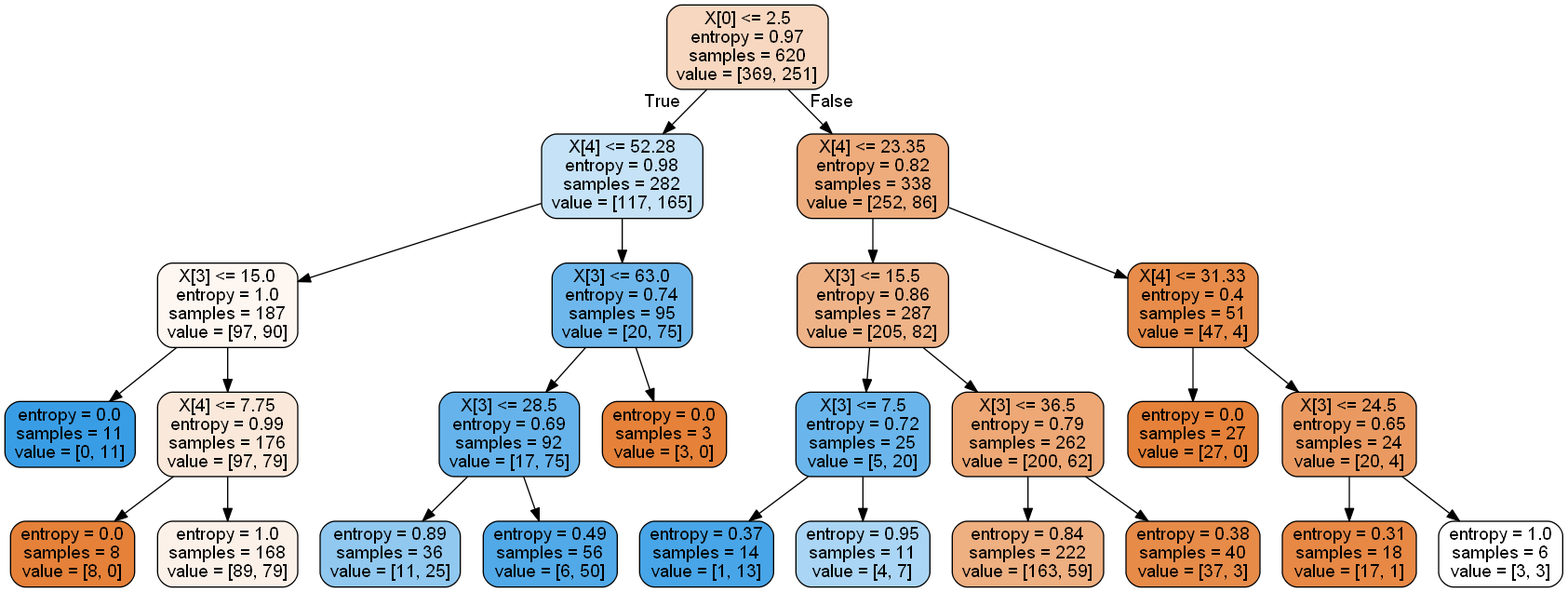
Above: dz3/titanic/titanic_tree.png in AReginaR/DATA-ANALYSYS_2 (Graphviz), before the change. Its source is kept beside it as dz3/titanic/titanic_tree.dot. The source it was exported from:
```dot
digraph Tree {
node [shape=box, style="filled, rounded", color="black", fontname=helvetica] ;
edge [fontname=helvetica] ;
0 [label="X[0] <= 2.5\nentropy = 0.97\nsamples = 620\nvalue = [369, 251]", fillcolor="#f7d7c0"] ;
1 [label="X[4] <= 52.28\nentropy = 0.98\nsamples = 282\nvalue = [117, 165]", fillcolor="#c5e2f7"] ;
0 -> 1 [labeldistance=2.5, labelangle=45, headlabel="True"] ;
2 [label="X[3] <= 15.0\nentropy = 1.0\nsamples = 187\nvalue = [97, 90]", fillcolor="#fdf6f1"] ;
1 -> 2 ;
3 [label="entropy = 0.0\nsamples = 11\nvalue = [0, 11]", fillcolor="#399de5"] ;
2 -> 3 ;
4 [label="X[4] <= 7.75\nentropy = 0.99\nsamples = 176\nvalue = [97, 79]", fillcolor="#fae8da"] ;
2 -> 4 ;
5 [label="entropy = 0.0\nsamples = 8\nvalue = [8, 0]", fillcolor="#e58139"] ;
4 -> 5 ;
6 [label="entropy = 1.0\nsamples = 168\nvalue = [89, 79]", fillcolor="#fcf1e9"] ;
4 -> 6 ;
7 [label="X[3] <= 63.0\nentropy = 0.74\nsamples = 95\nvalue = [20, 75]", fillcolor="#6eb7ec"] ;
1 -> 7 ;
8 [label="X[3] <= 28.5\nentropy = 0.69\nsamples = 92\nvalue = [17, 75]", fillcolor="#66b3eb"] ;
7 -> 8 ;
9 [label="entropy = 0.89\nsamples = 36\nvalue = [11, 25]", fillcolor="#90c8f0"] ;
8 -> 9 ;
10 [label="entropy = 0.49\nsamples = 56\nvalue = [6, 50]", fillcolor="#51a9e8"] ;
8 -> 10 ;
11 [label="entropy = 0.0\nsamples = 3\nvalue = [3, 0]", fillcolor="#e58139"] ;
7 -> 11 ;
12 [label="X[4] <= 23.35\nentropy = 0.82\nsamples = 338\nvalue = [252, 86]", fillcolor="#eeac7d"] ;
0 -> 12 [labeldistance=2.5, labelangle=-45, headlabel="False"] ;
13 [label="X[3] <= 15.5\nentropy = 0.86\nsamples = 287\nvalue = [205, 82]", fillcolor="#efb388"] ;
12 -> 13 ;
14 [label="X[3] <= 7.5\nentropy = 0.72\nsamples = 25\nvalue = [5, 20]", fillcolor="#6ab6ec"] ;
13 -> 14 ;
15 [label="entropy = 0.37\nsamples = 14\nvalue = [1, 13]", fillcolor="#48a5e7"] ;
14 -> 15 ;
16 [label="entropy = 0.95\nsamples = 11\nvalue = [4, 7]", fillcolor="#aad5f4"] ;
14 -> 16 ;
17 [label="X[3] <= 36.5\nentropy = 0.79\nsamples = 262\nvalue = [200, 62]", fillcolor="#eda876"] ;
13 -> 17 ;
18 [label="entropy = 0.84\nsamples = 222\nvalue = [163, 59]", fillcolor="#eeaf81"] ;
17 -> 18 ;
19 [label="entropy = 0.38\nsamples = 40\nvalue = [37, 3]", fillcolor="#e78b49"] ;
17 -> 19 ;
20 [label="X[4] <= 31.33\nentropy = 0.4\nsamples = 51\nvalue = [47, 4]", fillcolor="#e78c4a"] ;
12 -> 20 ;
21 [label="entropy = 0.0\nsamples = 27\nvalue = [27, 0]", fillcolor="#e58139"] ;
20 -> 21 ;
22 [label="X[3] <= 24.5\nentropy = 0.65\nsamples = 24\nvalue = [20, 4]", fillcolor="#ea9a61"] ;
20 -> 22 ;
23 [label="entropy = 0.31\nsamples = 18\nvalue = [17, 1]", fillcolor="#e78845"] ;
22 -> 23 ;
24 [label="entropy = 1.0\nsamples = 6\nvalue = [3, 3]", fillcolor="#ffffff"] ;
22 -> 24 ;
}
```
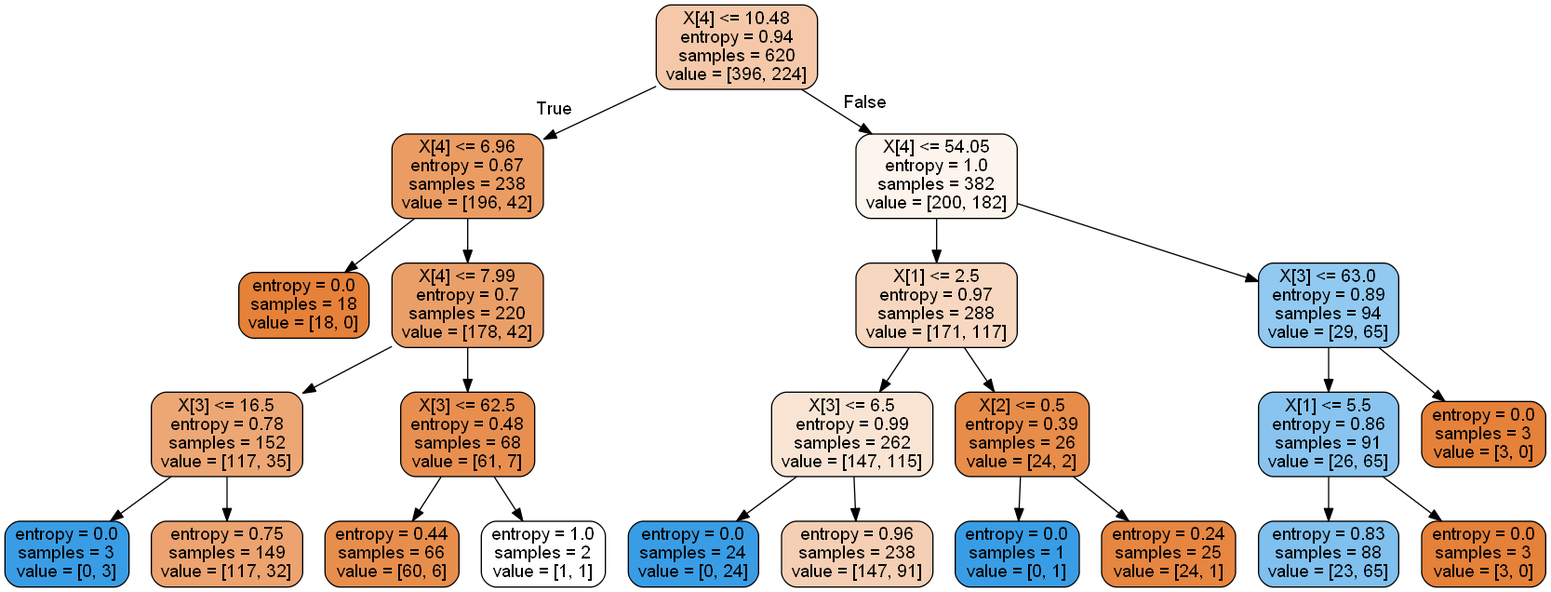
The same file after the commit.

The edit, as a diff of the source:
```diff
@@ -1,53 +1,49 @@
 digraph Tree {
 node [shape=box, style="filled, rounded", color="black", fontname=helvetica] ;
 edge [fontname=helvetica] ;
-0 [label="X[0] <= 2.5\nentropy = 0.97\nsamples = 620\nvalue = [369, 251]", fillcolor="#f7d7c0"] ;
-1 [label="X[4] <= 52.28\nentropy = 0.98\nsamples = 282\nvalue = [117, 165]", fillcolor="#c5e2f7"] ;
+0 [label="X[4] <= 10.48\nentropy = 0.94\nsamples = 620\nvalue = [396, 224]", fillcolor="#f4c8a9"] ;
+1 [label="X[4] <= 6.96\nentropy = 0.67\nsamples = 238\nvalue = [196, 42]", fillcolor="#eb9c63"] ;
 0 -> 1 [labeldistance=2.5, labelangle=45, headlabel="True"] ;
-2 [label="X[3] <= 15.0\nentropy = 1.0\nsamples = 187\nvalue = [97, 90]", fillcolor="#fdf6f1"] ;
+2 [label="entropy = 0.0\nsamples = 18\nvalue = [18, 0]", fillcolor="#e58139"] ;
 1 -> 2 ;
-3 [label="entropy = 0.0\nsamples = 11\nvalue = [0, 11]", fillcolor="#399de5"] ;
-2 -> 3 ;
-4 [label="X[4] <= 7.75\nentropy = 0.99\nsamples = 176\nvalue = [97, 79]", fillcolor="#fae8da"] ;
-2 -> 4 ;
-5 [label="entropy = 0.0\nsamples = 8\nvalue = [8, 0]", fillcolor="#e58139"] ;
+3 [label="X[4] <= 7.99\nentropy = 0.7\nsamples = 220\nvalue = [178, 42]", fillcolor="#eb9f68"] ;
+1 -> 3 ;
+4 [label="X[3] <= 16.5\nentropy = 0.78\nsamples = 152\nvalue = [117, 35]", fillcolor="#eda774"] ;
+3 -> 4 ;
+5 [label="entropy = 0.0\nsamples = 3\nvalue = [0, 3]", fillcolor="#399de5"] ;
 4 -> 5 ;
-6 [label="entropy = 1.0\nsamples = 168\nvalue = [89, 79]", fillcolor="#fcf1e9"] ;
+6 [label="entropy = 0.75\nsamples = 149\nvalue = [117, 32]", fillcolor="#eca36f"] ;
 4 -> 6 ;
-7 [label="X[3] <= 63.0\nentropy = 0.74\nsamples = 95\nvalue = [20, 75]", fillcolor="#6eb7ec"] ;
-1 -> 7 ;
-8 [label="X[3] <= 28.5\nentropy = 0.69\nsamples = 92\nvalue = [17, 75]", fillcolor="#66b3eb"] ;
+7 [label="X[3] <= 62.5\nentropy = 0.48\nsamples = 68\nvalue = [61, 7]", fillcolor="#e88f50"] ;
+3 -> 7 ;
+8 [label="entropy = 0.44\nsamples = 66\nvalue = [60, 6]", fillcolor="#e88e4d"] ;
 7 -> 8 ;
-9 [label="entropy = 0.89\nsamples = 36\nvalue = [11, 25]", fillcolor="#90c8f0"] ;
-8 -> 9 ;
-10 [label="entropy = 0.49\nsamples = 56\nvalue = [6, 50]", fillcolor="#51a9e8"] ;
-8 -> 10 ;
-11 [label="entropy = 0.0\nsamples = 3\nvalue = [3, 0]", fillcolor="#e58139"] ;
-7 -> 11 ;
-12 [label="X[4] <= 23.35\nentropy = 0.82\nsamples = 338\nvalue = [252, 86]", fillcolor="#eeac7d"] ;
-0 -> 12 [labeldistance=2.5, labelangle=-45, headlabel="False"] ;
-13 [label="X[3] <= 15.5\nentropy = 0.86\nsamples = 287\nvalue = [205, 82]", fillcolor="#efb388"] ;
+9 [label="entropy = 1.0\nsamples = 2\nvalue = [1, 1]", fillcolor="#ffffff"] ;
+7 -> 9 ;
+10 [label="X[4] <= 54.05\nentropy = 1.0\nsamples = 382\nvalue = [200, 182]", fillcolor="#fdf4ed"] ;
+0 -> 10 [labeldistance=2.5, labelangle=-45, headlabel="False"] ;
+11 [label="X[1] <= 2.5\nentropy = 0.97\nsamples = 288\nvalue = [171, 117]", fillcolor="#f7d7c0"] ;
+10 -> 11 ;
+12 [label="X[3] <= 6.5\nentropy = 0.99\nsamples = 262\nvalue = [147, 115]", fillcolor="#f9e4d4"] ;
+11 -> 12 ;
+13 [label="entropy = 0.0\nsamples = 24\nvalue = [0, 24]", fillcolor="#399de5"] ;
 12 -> 13 ;
-14 [label="X[3] <= 7.5\nentropy = 0.72\nsamples = 25\nvalue = [5, 20]", fillcolor="#6ab6ec"] ;
-13 -> 14 ;
-15 [label="entropy = 0.37\nsamples = 14\nvalue = [1, 13]", fillcolor="#48a5e7"] ;
-14 -> 15 ;
-16 [label="entropy = 0.95\nsamples = 11\nvalue = [4, 7]", fillcolor="#aad5f4"] ;
-14 -> 16 ;
-17 [label="X[3] <= 36.5\nentropy = 0.79\nsamples = 262\nvalue = [200, 62]", fillcolor="#eda876"] ;
-13 -> 17 ;
-18 [label="entropy = 0.84\nsamples = 222\nvalue = [163, 59]", fillcolor="#eeaf81"] ;
-17 -> 18 ;
-19 [label="entropy = 0.38\nsamples = 40\nvalue = [37, 3]", fillcolor="#e78b49"] ;
-17 -> 19 ;
-20 [label="X[4] <= 31.33\nentropy = 0.4\nsamples = 51\nvalue = [47, 4]", fillcolor="#e78c4a"] ;
-12 -> 20 ;
-21 [label="entropy = 0.0\nsamples = 27\nvalue = [27, 0]", fillcolor="#e58139"] ;
-20 -> 21 ;
-22 [label="X[3] <= 24.5\nentropy = 0.65\nsamples = 24\nvalue = [20, 4]", fillcolor="#ea9a61"] ;
-20 -> 22 ;
-23 [label="entropy = 0.31\nsamples = 18\nvalue = [17, 1]", fillcolor="#e78845"] ;
-22 -> 23 ;
-24 [label="entropy = 1.0\nsamples = 6\nvalue = [3, 3]", fillcolor="#ffffff"] ;
-22 -> 24 ;
+14 [label="entropy = 0.96\nsamples = 238\nvalue = [147, 91]", fillcolor="#f5cfb4"] ;
+12 -> 14 ;
+15 [label="X[2] <= 0.5\nentropy = 0.39\nsamples = 26\nvalue = [24, 2]", fillcolor="#e78c49"] ;
+11 -> 15 ;
+16 [label="entropy = 0.0\nsamples = 1\nvalue = [0, 1]", fillcolor="#399de5"] ;
+15 -> 16 ;
+17 [label="entropy = 0.24\nsamples = 25\nvalue = [24, 1]", fillcolor="#e68641"] ;
+15 -> 17 ;
+18 [label="X[3] <= 63.0\nentropy = 0.89\nsamples = 94\nvalue = [29, 65]", fillcolor="#91c9f1"] ;
+10 -> 18 ;
+19 [label="X[1] <= 5.5\nentropy = 0.86\nsamples = 91\nvalue = [26, 65]", fillcolor="#88c4ef"] ;
+18 -> 19 ;
+20 [label="entropy = 0.83\nsamples = 88\nvalue = [23, 65]", fillcolor="#7fc0ee"] ;
+19 -> 20 ;
+21 [label="entropy = 0.0\nsamples = 3\nvalue = [3, 0]", fillcolor="#e58139"] ;
+19 -> 21 ;
+22 [label="entropy = 0.0\nsamples = 3\nvalue = [3, 0]", fillcolor="#e58139"] ;
+18 -> 22 ;
 }
```
